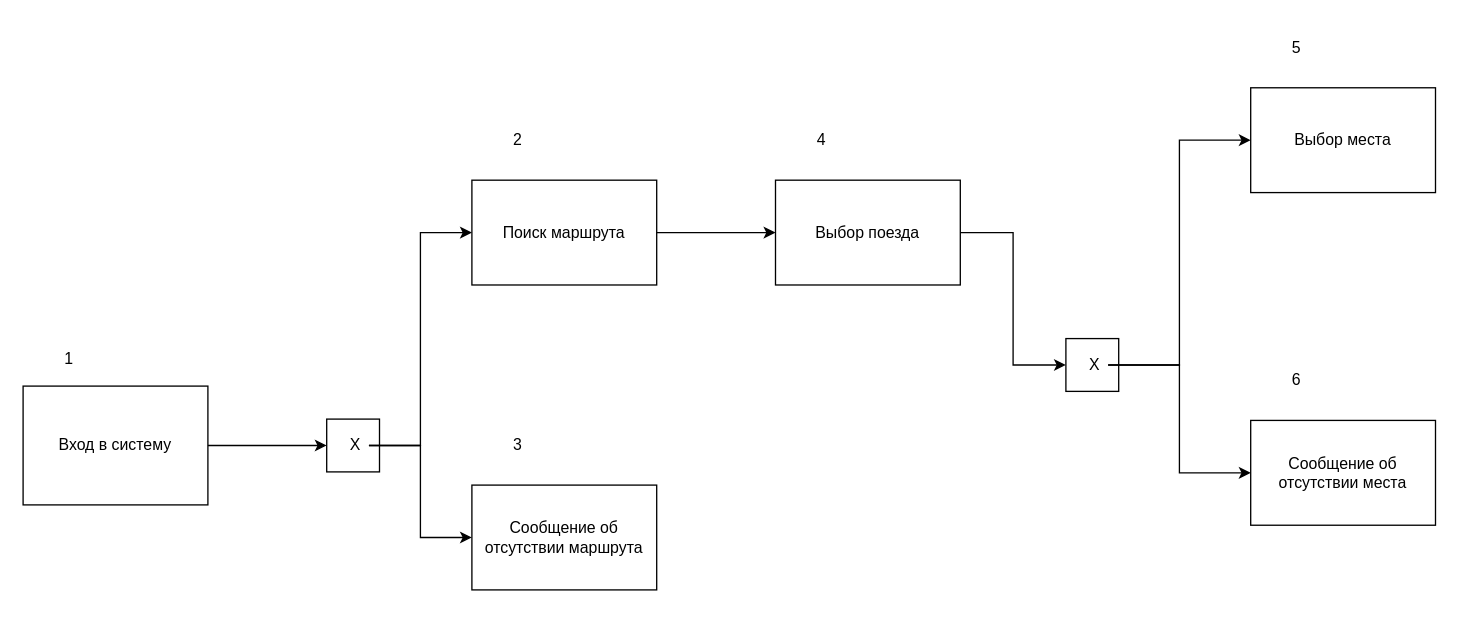
Above: diagrams-codes/IDEF3_OVERVIEW.drawio in Edisheri/system-engineering-playbook (draw.io), before the change. Source tidied: cells renumbered, new cells numbered last; positions are measured from the earlier drawing's top-left corner, leaving out a move shared by most shapes. Both pictures are drawn from the tidied source at 132%, with x=0, y=0 at pixel (22, 21).
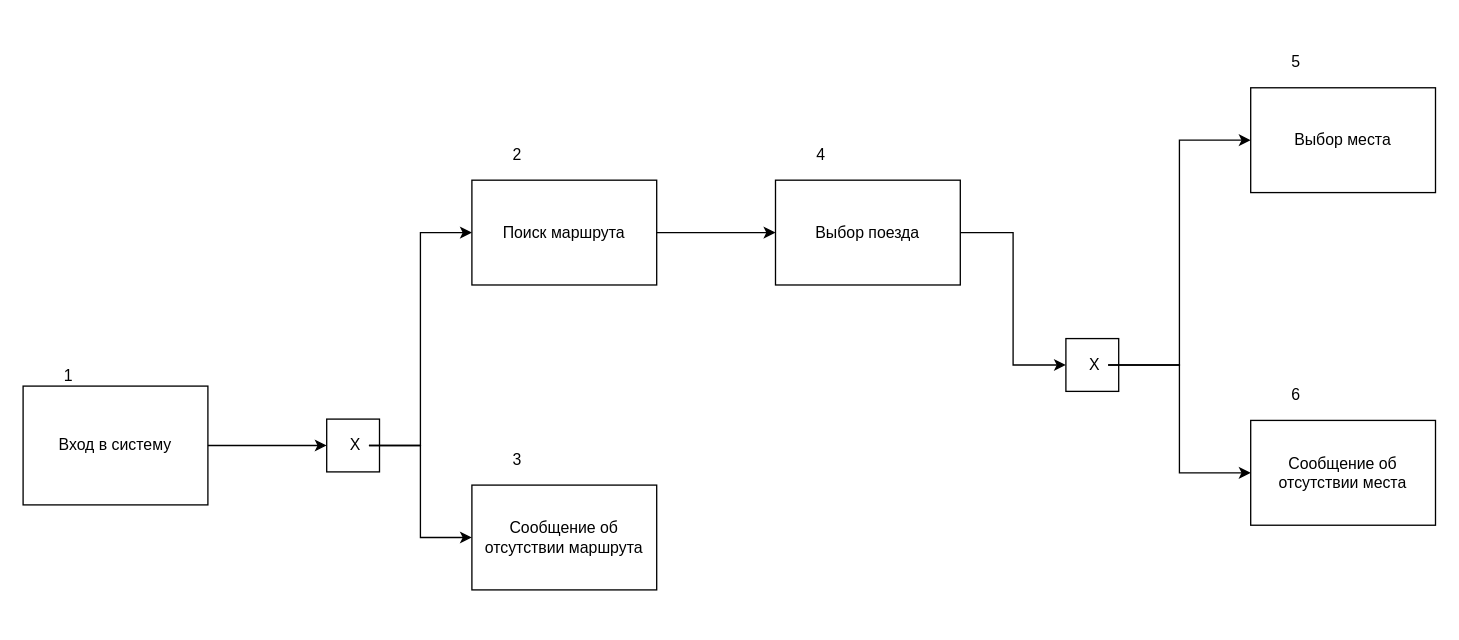
Above is the later version.

Unchanged cells that the change refers to:
```xml
<mxCell id="2" style="group;" parent="1" vertex="1">
  <mxGeometry y="276" width="140" height="112" as="geometry" />
</mxCell>
<mxCell id="8" style="group;" parent="1" vertex="1">
  <mxGeometry x="340" y="120" width="140" height="90" as="geometry" />
</mxCell>
<mxCell id="11" style="group;" parent="1" vertex="1">
  <mxGeometry x="340" y="351" width="140" height="100" as="geometry" />
</mxCell>
<mxCell id="14" style="group;" parent="1" vertex="1">
  <mxGeometry x="570" y="120" width="140" height="90" as="geometry" />
</mxCell>
<mxCell id="20" style="group;" parent="1" vertex="1">
  <mxGeometry x="930" y="50" width="140" height="90" as="geometry" />
</mxCell>
<mxCell id="23" style="group;" parent="1" vertex="1">
  <mxGeometry x="930" y="302" width="140" height="100" as="geometry" />
</mxCell>
```

Diff of the diagram source:
```diff
@@
-    <mxCell id="4" value="1" style="text;html=1;align=center;verticalAlign=middle;whiteSpace=wrap;rounded=0;" parent="2" vertex="1">
-      <mxGeometry y="-43" width="70" height="45" as="geometry" />
+    <mxCell id="4" value="1" style="text;html=1;align=right;verticalAlign=bottom;whiteSpace=wrap;rounded=0;" parent="2" vertex="1">
+      <mxGeometry y="-43" width="40" height="45" as="geometry" />
     </mxCell>
@@
-    <mxCell id="10" value="2" style="text;html=1;align=center;verticalAlign=middle;whiteSpace=wrap;rounded=0;" parent="8" vertex="1">
-      <mxGeometry y="-49.7" width="70" height="39.7" as="geometry" />
+    <mxCell id="10" value="2" style="text;html=1;align=right;verticalAlign=bottom;whiteSpace=wrap;rounded=0;" parent="8" vertex="1">
+      <mxGeometry y="-49.7" width="40" height="39.7" as="geometry" />
     </mxCell>
@@
-    <mxCell id="13" value="3" style="text;html=1;align=center;verticalAlign=middle;whiteSpace=wrap;rounded=0;" parent="11" vertex="1">
-      <mxGeometry y="-49.7" width="70" height="39.7" as="geometry" />
+    <mxCell id="13" value="3" style="text;html=1;align=right;verticalAlign=bottom;whiteSpace=wrap;rounded=0;" parent="11" vertex="1">
+      <mxGeometry y="-49.7" width="40" height="39.7" as="geometry" />
     </mxCell>
@@
-    <mxCell id="16" value="4" style="text;html=1;align=center;verticalAlign=middle;whiteSpace=wrap;rounded=0;" parent="14" vertex="1">
-      <mxGeometry y="-49.7" width="70" height="39.7" as="geometry" />
+    <mxCell id="16" value="4" style="text;html=1;align=right;verticalAlign=bottom;whiteSpace=wrap;rounded=0;" parent="14" vertex="1">
+      <mxGeometry y="-49.7" width="40" height="39.7" as="geometry" />
     </mxCell>
@@
-    <mxCell id="22" value="5" style="text;html=1;align=center;verticalAlign=middle;whiteSpace=wrap;rounded=0;" parent="20" vertex="1">
-      <mxGeometry y="-49.7" width="70" height="39.7" as="geometry" />
+    <mxCell id="22" value="5" style="text;html=1;align=right;verticalAlign=bottom;whiteSpace=wrap;rounded=0;" parent="20" vertex="1">
+      <mxGeometry y="-49.7" width="40" height="39.7" as="geometry" />
     </mxCell>
@@
-    <mxCell id="25" value="6" style="text;html=1;align=center;verticalAlign=middle;whiteSpace=wrap;rounded=0;" parent="23" vertex="1">
-      <mxGeometry y="-49.7" width="70" height="39.7" as="geometry" />
+    <mxCell id="25" value="6" style="text;html=1;align=right;verticalAlign=bottom;whiteSpace=wrap;rounded=0;" parent="23" vertex="1">
+      <mxGeometry y="-49.7" width="40" height="39.7" as="geometry" />
     </mxCell>
```
